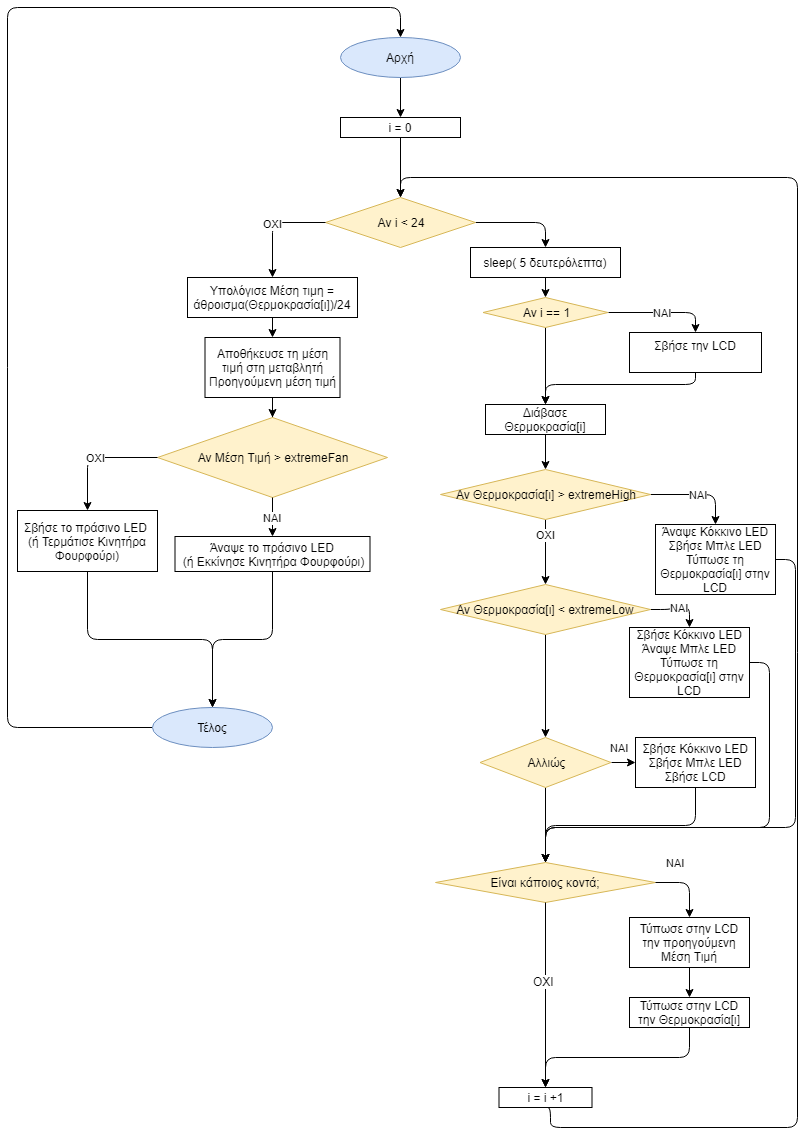
Earlier version of the draw.io export draw.io/flowdiagram.png (akdimitri/Microprocessors-and-Peripherals-Arduino-Project). Source tidied: cells renumbered, new cells last; positions are measured from the earlier drawing's top-left corner, leaving out a move shared by most shapes.
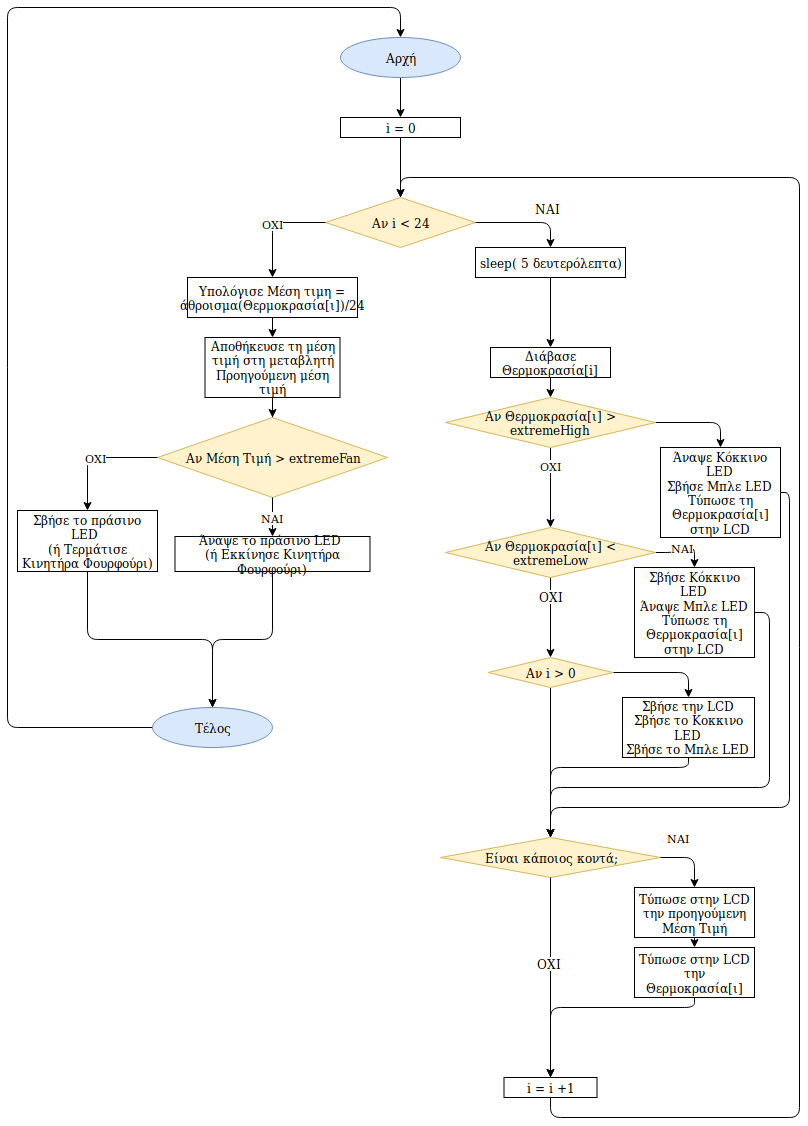
Above is the later version.

Change to the diagram source:
```diff
@@ -5,49 +5,63 @@
     <mxCell id="2" value="i = 0" style="rounded=0;whiteSpace=wrap;html=1;" parent="1" vertex="1">
       <mxGeometry x="333" y="110" width="120" height="20" as="geometry" />
     </mxCell>
+    <mxCell id="4" value="Αν i &amp;lt; 24" style="rhombus;whiteSpace=wrap;html=1;fillColor=#fff2cc;strokeColor=#d6b656;" parent="1" vertex="1">
+      <mxGeometry x="318" y="190" width="150" height="50" as="geometry" />
+    </mxCell>
-    <mxCell id="3" style="edgeStyle=orthogonalEdgeStyle;jettySize=auto;html=1;exitX=1;exitY=0.5;exitDx=0;exitDy=0;entryX=0.5;entryY=0;entryDx=0;entryDy=0;rounded=1;" parent="1" edge="1" source="4" target="7">
-      <mxGeometry relative="1" as="geometry" />
+    <mxCell id="3" style="endArrow=classic;html=1;exitX=1;exitY=0.5;exitDx=0;exitDy=0;entryX=0.5;entryY=0;entryDx=0;entryDy=0;" parent="1" edge="1" source="4" target="7">
+      <mxGeometry relative="1" as="geometry">
+        <Array as="points">
+          <mxPoint x="543" y="215" />
+        </Array>
+      </mxGeometry>
     </mxCell>
-    <mxCell id="4" value="Αν i &amp;lt; 24" style="rhombus;whiteSpace=wrap;html=1;fillColor=#fff2cc;strokeColor=#d6b656;" parent="1" vertex="1">
-      <mxGeometry x="318" y="190" width="150" height="50" as="geometry" />
-    </mxCell>
+    <mxCell id="58" value="ΝΑΙ" style="text;html=1;align=center;verticalAlign=middle;labelBackgroundColor=#ffffff;" parent="3" vertex="1">
+      <mxGeometry y="-1" relative="1" as="geometry">
+        <mxPoint x="22" y="-16" as="offset" />
+      </mxGeometry>
+    </mxCell>
     <mxCell id="5" style="endArrow=classic;html=1;exitX=0.5;exitY=1;exitDx=0;exitDy=0;entryX=0.5;entryY=0;entryDx=0;entryDy=0;" parent="1" edge="1" source="2" target="4">
       <mxGeometry relative="1" as="geometry" />
     </mxCell>
-    <mxCell id="6" style="edgeStyle=orthogonalEdgeStyle;rounded=1;jettySize=auto;html=1;exitX=0.5;exitY=1;exitDx=0;exitDy=0;entryX=0.5;entryY=0;entryDx=0;entryDy=0;" parent="1" edge="1" source="7" target="53">
-      <mxGeometry relative="1" as="geometry" />
-    </mxCell>
     <mxCell id="7" value="sleep( 5 δευτερόλεπτα)" style="rounded=0;whiteSpace=wrap;html=1;" parent="1" vertex="1">
-      <mxGeometry x="463" y="240" width="150" height="30" as="geometry" />
+      <mxGeometry x="468" y="240" width="150" height="30" as="geometry" />
     </mxCell>
     <mxCell id="8" style="edgeStyle=orthogonalEdgeStyle;rounded=0;jettySize=auto;html=1;exitX=0.5;exitY=1;exitDx=0;exitDy=0;entryX=0.5;entryY=0;entryDx=0;entryDy=0;" parent="1" edge="1" source="9" target="38">
       <mxGeometry relative="1" as="geometry" />
     </mxCell>
     <mxCell id="9" value="Διάβασε Θερμοκρασία[i]" style="rounded=0;whiteSpace=wrap;html=1;" parent="1" vertex="1">
-      <mxGeometry x="478" y="397" width="120" height="30" as="geometry" />
+      <mxGeometry x="483" y="340" width="120" height="30" as="geometry" />
     </mxCell>
+    <mxCell id="59" style="endArrow=classic;html=1;exitX=0.5;exitY=1;exitDx=0;exitDy=0;entryX=0.5;entryY=0;entryDx=0;entryDy=0;" parent="1" edge="1" source="7" target="9">
+      <mxGeometry relative="1" as="geometry" />
+    </mxCell>
     <mxCell id="10" style="edgeStyle=orthogonalEdgeStyle;rounded=0;orthogonalLoop=1;jettySize=auto;html=1;exitX=0.5;exitY=1;exitDx=0;exitDy=0;" parent="1" edge="1" source="9" target="9">
       <mxGeometry relative="1" as="geometry" />
     </mxCell>
     <mxCell id="11" value="Είναι κάποιος κοντά;" style="rhombus;whiteSpace=wrap;html=1;fillColor=#fff2cc;strokeColor=#d6b656;" parent="1" vertex="1">
-      <mxGeometry x="428" y="855" width="220" height="40" as="geometry" />
+      <mxGeometry x="433" y="830" width="220" height="40" as="geometry" />
     </mxCell>
     <mxCell id="12" value="Τύπωσε στην LCD την προηγούμενη Μέση Τιμή" style="rounded=0;whiteSpace=wrap;html=1;" parent="1" vertex="1">
-      <mxGeometry x="622" y="910" width="120" height="50" as="geometry" />
+      <mxGeometry x="627" y="880" width="120" height="50" as="geometry" />
     </mxCell>
     <mxCell id="13" value="ΝΑΙ" style="endArrow=classic;html=1;exitX=1;exitY=0.5;exitDx=0;exitDy=0;entryX=0.5;entryY=0;entryDx=0;entryDy=0;" parent="1" edge="1" source="11" target="12">
       <mxGeometry x="-0.13" y="10" relative="1" as="geometry">
         <Array as="points">
-          <mxPoint x="682" y="875" />
+          <mxPoint x="687" y="850" />
         </Array>
         <mxPoint x="-10" y="-10" as="offset" />
       </mxGeometry>
     </mxCell>
     <mxCell id="14" style="edgeStyle=orthogonalEdgeStyle;rounded=1;jettySize=auto;html=1;exitX=0.5;exitY=1;exitDx=0;exitDy=0;entryX=0.5;entryY=0;entryDx=0;entryDy=0;" parent="1" edge="1" source="15" target="20">
-      <mxGeometry relative="1" as="geometry" />
+      <mxGeometry relative="1" as="geometry">
+        <Array as="points">
+          <mxPoint x="687" y="1000" />
+          <mxPoint x="543" y="1000" />
+        </Array>
+      </mxGeometry>
     </mxCell>
     <mxCell id="15" value="&lt;span&gt;Τύπωσε στην LCD την Θερμοκρασία[ι]&lt;/span&gt;" style="rounded=0;whiteSpace=wrap;html=1;" parent="1" vertex="1">
-      <mxGeometry x="622" y="990" width="120" height="30" as="geometry" />
+      <mxGeometry x="627" y="940" width="120" height="50" as="geometry" />
     </mxCell>
     <mxCell id="16" style="endArrow=classic;html=1;exitX=0.5;exitY=1;exitDx=0;exitDy=0;entryX=0.5;entryY=0;entryDx=0;entryDy=0;" parent="1" edge="1" source="12" target="15">
       <mxGeometry relative="1" as="geometry" />
@@ -61,16 +75,15 @@
     <mxCell id="19" style="edgeStyle=orthogonalEdgeStyle;rounded=1;jettySize=auto;html=1;exitX=0.5;exitY=1;exitDx=0;exitDy=0;entryX=0.5;entryY=0;entryDx=0;entryDy=0;" parent="1" edge="1" source="20" target="4">
       <mxGeometry relative="1" as="geometry">
         <Array as="points">
-          <mxPoint x="543" y="1100" />
-          <mxPoint x="543" y="1120" />
-          <mxPoint x="790" y="1120" />
-          <mxPoint x="790" y="170" />
+          <mxPoint x="543" y="1110" />
+          <mxPoint x="792" y="1110" />
+          <mxPoint x="792" y="170" />
           <mxPoint x="393" y="170" />
         </Array>
       </mxGeometry>
     </mxCell>
     <mxCell id="20" value="i = i +1" style="rounded=0;whiteSpace=wrap;html=1;" parent="1" vertex="1">
-      <mxGeometry x="491.5" y="1080" width="93" height="20" as="geometry" />
+      <mxGeometry x="496.5" y="1070" width="93" height="20" as="geometry" />
     </mxCell>
     <mxCell id="21" value="ΟΧΙ" style="endArrow=classic;html=1;exitX=0;exitY=0.5;exitDx=0;exitDy=0;entryX=0.5;entryY=0;entryDx=0;entryDy=0;" parent="1" edge="1" source="4" target="23">
       <mxGeometry relative="1" as="geometry">
@@ -128,53 +141,78 @@
     <mxCell id="35" value="Αρχή" style="ellipse;whiteSpace=wrap;html=1;fillColor=#dae8fc;strokeColor=#6c8ebf;" parent="1" vertex="1">
       <mxGeometry x="333" y="30" width="120" height="40" as="geometry" />
     </mxCell>
+    <mxCell id="37" value="OXI" style="edgeStyle=orthogonalEdgeStyle;rounded=0;jettySize=auto;html=1;exitX=0.5;exitY=1;exitDx=0;exitDy=0;entryX=0.5;entryY=0;entryDx=0;entryDy=0;" parent="1" edge="1" source="38" target="43">
+      <mxGeometry x="-0.54" relative="1" as="geometry">
+        <Array as="points">
+          <mxPoint x="543" y="470" />
+          <mxPoint x="543" y="470" />
+        </Array>
+      </mxGeometry>
+    </mxCell>
-    <mxCell id="36" value="ΝΑΙ" style="edgeStyle=orthogonalEdgeStyle;rounded=1;jettySize=auto;html=1;exitX=1;exitY=0.5;exitDx=0;exitDy=0;" parent="1" edge="1" source="38" target="40">
+    <mxCell id="36" style="edgeStyle=orthogonalEdgeStyle;rounded=1;jettySize=auto;html=1;exitX=1;exitY=0.5;exitDx=0;exitDy=0;entryX=0.5;entryY=0;entryDx=0;entryDy=0;" parent="1" edge="1" source="38" target="40">
       <mxGeometry relative="1" as="geometry" />
     </mxCell>
-    <mxCell id="37" value="OXI" style="edgeStyle=orthogonalEdgeStyle;rounded=0;jettySize=auto;html=1;exitX=0.5;exitY=1;exitDx=0;exitDy=0;entryX=0.5;entryY=0;entryDx=0;entryDy=0;" parent="1" edge="1" source="38" target="43">
-      <mxGeometry x="-0.54" relative="1" as="geometry">
-        <Array as="points">
-          <mxPoint x="538" y="527" />
-          <mxPoint x="538" y="527" />
-        </Array>
-      </mxGeometry>
-    </mxCell>
     <mxCell id="38" value="Αν Θερμοκρασία[ι] &amp;gt; extremeHigh" style="rhombus;whiteSpace=wrap;html=1;fillColor=#fff2cc;strokeColor=#d6b656;" parent="1" vertex="1">
-      <mxGeometry x="433" y="462" width="210" height="50" as="geometry" />
+      <mxGeometry x="438" y="390" width="210" height="50" as="geometry" />
     </mxCell>
-    <mxCell id="39" style="edgeStyle=orthogonalEdgeStyle;rounded=1;jettySize=auto;html=1;exitX=1;exitY=0.5;exitDx=0;exitDy=0;entryX=0.5;entryY=0;entryDx=0;entryDy=0;" parent="1" edge="1" source="40" target="11">
+    <mxCell id="39" style="edgeStyle=orthogonalEdgeStyle;rounded=1;jettySize=auto;html=1;exitX=1;exitY=0.5;exitDx=0;exitDy=0;" parent="1" edge="1" source="40" target="11">
       <mxGeometry relative="1" as="geometry">
         <Array as="points">
-          <mxPoint x="788" y="552" />
-          <mxPoint x="788" y="820" />
-          <mxPoint x="538" y="820" />
+          <mxPoint x="782" y="485" />
+          <mxPoint x="782" y="800" />
+          <mxPoint x="543" y="800" />
         </Array>
       </mxGeometry>
     </mxCell>
     <mxCell id="40" value="Άναψε Κόκκινο LED&lt;br&gt;Σβήσε Μπλε LED&lt;br&gt;Τύπωσε τη Θερμοκρασία[ι] στην LCD&lt;br&gt;" style="rounded=0;whiteSpace=wrap;html=1;" parent="1" vertex="1">
-      <mxGeometry x="648" y="517" width="120" height="70" as="geometry" />
+      <mxGeometry x="653" y="440" width="120" height="90" as="geometry" />
     </mxCell>
     <mxCell id="41" value="ΝΑΙ" style="edgeStyle=orthogonalEdgeStyle;rounded=1;jettySize=auto;html=1;exitX=1;exitY=0.5;exitDx=0;exitDy=0;entryX=0.5;entryY=0;entryDx=0;entryDy=0;" parent="1" edge="1" source="43" target="45">
       <mxGeometry relative="1" as="geometry" />
     </mxCell>
-    <mxCell id="42" style="edgeStyle=orthogonalEdgeStyle;rounded=1;jettySize=auto;html=1;exitX=0.5;exitY=1;exitDx=0;exitDy=0;entryX=0.5;entryY=0;entryDx=0;entryDy=0;" parent="1" edge="1" source="43" target="50">
-      <mxGeometry relative="1" as="geometry" />
-    </mxCell>
+    <mxCell id="60" style="edgeStyle=orthogonalEdgeStyle;rounded=1;jettySize=auto;html=1;exitX=0.5;exitY=1;exitDx=0;exitDy=0;" parent="1" edge="1" source="43" target="64">
+      <mxGeometry relative="1" as="geometry" />
+    </mxCell>
+    <mxCell id="61" value="OXI" style="text;html=1;align=center;verticalAlign=middle;labelBackgroundColor=#ffffff;" parent="60" vertex="1">
+      <mxGeometry x="-0.74" y="3" relative="1" as="geometry">
+        <mxPoint x="-3" y="8" as="offset" />
+      </mxGeometry>
+    </mxCell>
     <mxCell id="43" value="Αν Θερμοκρασία[ι] &amp;lt; extremeLow" style="rhombus;whiteSpace=wrap;html=1;fillColor=#fff2cc;strokeColor=#d6b656;" parent="1" vertex="1">
-      <mxGeometry x="433" y="577" width="210" height="50" as="geometry" />
+      <mxGeometry x="438" y="520" width="210" height="50" as="geometry" />
     </mxCell>
-    <mxCell id="44" style="edgeStyle=orthogonalEdgeStyle;rounded=1;jettySize=auto;html=1;exitX=1;exitY=0.5;exitDx=0;exitDy=0;entryX=0.5;entryY=0;entryDx=0;entryDy=0;" parent="1" edge="1" source="45" target="11">
+    <mxCell id="44" style="edgeStyle=orthogonalEdgeStyle;rounded=1;jettySize=auto;html=1;exitX=1;exitY=0.5;exitDx=0;exitDy=0;" parent="1" edge="1" source="45" target="11">
       <mxGeometry relative="1" as="geometry">
         <Array as="points">
-          <mxPoint x="762" y="655" />
-          <mxPoint x="762" y="820" />
-          <mxPoint x="538" y="820" />
+          <mxPoint x="762" y="605" />
+          <mxPoint x="762" y="780" />
+          <mxPoint x="543" y="780" />
         </Array>
       </mxGeometry>
     </mxCell>
     <mxCell id="45" value="Σβήσε Κόκκινο LED&lt;br&gt;Άναψε Μπλε LED&lt;br&gt;Τύπωσε τη Θερμοκρασία[ι] στην LCD&lt;br&gt;" style="rounded=0;whiteSpace=wrap;html=1;" parent="1" vertex="1">
-      <mxGeometry x="622" y="620" width="120" height="70" as="geometry" />
+      <mxGeometry x="627" y="560" width="120" height="90" as="geometry" />
     </mxCell>
+    <mxCell id="62" style="edgeStyle=orthogonalEdgeStyle;rounded=1;jettySize=auto;html=1;exitX=0.5;exitY=1;exitDx=0;exitDy=0;entryX=0.5;entryY=0;entryDx=0;entryDy=0;" parent="1" edge="1" source="64" target="11">
+      <mxGeometry relative="1" as="geometry" />
+    </mxCell>
+    <mxCell id="63" style="edgeStyle=orthogonalEdgeStyle;rounded=1;jettySize=auto;html=1;exitX=1;exitY=0.5;exitDx=0;exitDy=0;" parent="1" edge="1" source="64" target="66">
+      <mxGeometry relative="1" as="geometry" />
+    </mxCell>
+    <mxCell id="64" value="Αν i &amp;gt; 0" style="rhombus;whiteSpace=wrap;html=1;fillColor=#fff2cc;strokeColor=#d6b656;" parent="1" vertex="1">
+      <mxGeometry x="480.5" y="650" width="125" height="30" as="geometry" />
+    </mxCell>
+    <mxCell id="65" style="edgeStyle=orthogonalEdgeStyle;rounded=1;jettySize=auto;html=1;exitX=0.5;exitY=1;exitDx=0;exitDy=0;entryX=0.5;entryY=0;entryDx=0;entryDy=0;" parent="1" edge="1" source="66" target="11">
+      <mxGeometry relative="1" as="geometry">
+        <Array as="points">
+          <mxPoint x="681" y="760" />
+          <mxPoint x="543" y="760" />
+        </Array>
+      </mxGeometry>
+    </mxCell>
+    <mxCell id="66" value="Σβήσε την LCD&lt;br&gt;Σβήσε το Κοκκινο LED&lt;br&gt;Σβήσε το Μπλε LED&lt;br&gt;" style="rounded=0;whiteSpace=wrap;html=1;" parent="1" vertex="1">
+      <mxGeometry x="615" y="690" width="132" height="60" as="geometry" />
+    </mxCell>
     <mxCell id="46" style="edgeStyle=orthogonalEdgeStyle;rounded=1;jettySize=auto;html=1;exitX=0;exitY=0.5;exitDx=0;exitDy=0;entryX=0.5;entryY=0;entryDx=0;entryDy=0;" parent="1" edge="1" source="47" target="35">
       <mxGeometry relative="1" as="geometry">
         <Array as="points">
@@ -187,40 +225,5 @@
     <mxCell id="47" value="Τέλος" style="ellipse;whiteSpace=wrap;html=1;fillColor=#dae8fc;strokeColor=#6c8ebf;" parent="1" vertex="1">
       <mxGeometry x="145" y="700" width="120" height="40" as="geometry" />
     </mxCell>
-    <mxCell id="48" value="ΝΑΙ" style="edgeStyle=orthogonalEdgeStyle;rounded=1;jettySize=auto;html=1;exitX=1;exitY=0.5;exitDx=0;exitDy=0;entryX=0;entryY=0.5;entryDx=0;entryDy=0;" parent="1" edge="1" source="50" target="57">
-      <mxGeometry x="-0.33" y="15" relative="1" as="geometry" />
-    </mxCell>
-    <mxCell id="49" style="edgeStyle=orthogonalEdgeStyle;rounded=1;jettySize=auto;html=1;exitX=0.5;exitY=1;exitDx=0;exitDy=0;entryX=0.5;entryY=0;entryDx=0;entryDy=0;" parent="1" edge="1" source="50" target="11">
-      <mxGeometry relative="1" as="geometry" />
-    </mxCell>
-    <mxCell id="50" value="Αλλιώς" style="rhombus;whiteSpace=wrap;html=1;fillColor=#fff2cc;strokeColor=#d6b656;" parent="1" vertex="1">
-      <mxGeometry x="472.5" y="730" width="131" height="50" as="geometry" />
-    </mxCell>
-    <mxCell id="51" value="ΝΑΙ" style="edgeStyle=orthogonalEdgeStyle;rounded=1;jettySize=auto;html=1;exitX=1;exitY=0.5;exitDx=0;exitDy=0;entryX=0.5;entryY=0;entryDx=0;entryDy=0;" parent="1" edge="1" source="53" target="55">
-      <mxGeometry relative="1" as="geometry" />
-    </mxCell>
-    <mxCell id="52" style="edgeStyle=orthogonalEdgeStyle;rounded=1;jettySize=auto;html=1;exitX=0.5;exitY=1;exitDx=0;exitDy=0;" parent="1" edge="1" source="53" target="9">
-      <mxGeometry relative="1" as="geometry" />
-    </mxCell>
-    <mxCell id="53" value="Αν i == 1" style="rhombus;whiteSpace=wrap;html=1;fillColor=#fff2cc;strokeColor=#d6b656;" parent="1" vertex="1">
-      <mxGeometry x="475.5" y="290" width="125" height="30" as="geometry" />
-    </mxCell>
-    <mxCell id="54" style="edgeStyle=orthogonalEdgeStyle;rounded=1;jettySize=auto;html=1;exitX=0.5;exitY=1;exitDx=0;exitDy=0;entryX=0.5;entryY=0;entryDx=0;entryDy=0;" parent="1" edge="1" source="55" target="9">
-      <mxGeometry relative="1" as="geometry">
-        <Array as="points">
-          <mxPoint x="688" y="377" />
-          <mxPoint x="538" y="377" />
-        </Array>
-      </mxGeometry>
-    </mxCell>
-    <mxCell id="55" value="Σβήσε την LCD&lt;br&gt;&lt;br&gt;" style="rounded=0;whiteSpace=wrap;html=1;" parent="1" vertex="1">
-      <mxGeometry x="622" y="325" width="132" height="40" as="geometry" />
-    </mxCell>
-    <mxCell id="56" style="edgeStyle=orthogonalEdgeStyle;rounded=1;jettySize=auto;html=1;exitX=0.5;exitY=1;exitDx=0;exitDy=0;entryX=0.5;entryY=0;entryDx=0;entryDy=0;" parent="1" edge="1" source="57" target="11">
-      <mxGeometry relative="1" as="geometry" />
-    </mxCell>
-    <mxCell id="57" value="Σβήσε Κόκκινο LED&lt;br&gt;Σβήσε Μπλε LED&lt;br&gt;Σβήσε LCD&lt;br&gt;" style="rounded=0;whiteSpace=wrap;html=1;" parent="1" vertex="1">
-      <mxGeometry x="628" y="730" width="120" height="50" as="geometry" />
-    </mxCell>
   </root>
 </mxGraphModel>
```
